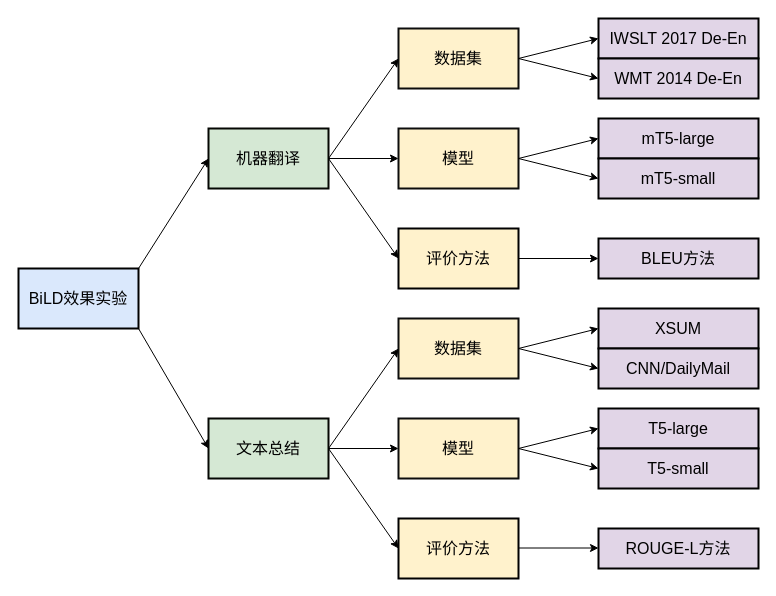
This is 未命名绘图.drawio from Plurato/VRHealing, a draw.io file, before an edit. Source tidied: cells renumbered, new cells numbered last; positions are measured from the earlier drawing's top-left corner, leaving out a move shared by most shapes. Both pictures are drawn from the tidied source at 100%, with x=0, y=0 at pixel (18, 18).
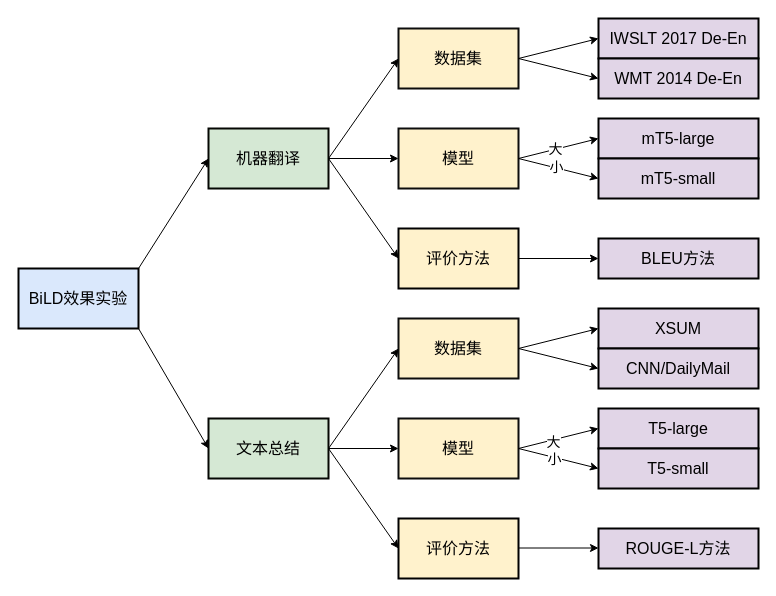
The same diagram, later.

Commit message (it also covers changes not shown here):
更新未命名绘图.drawio

The change refers to these unchanged cells:
```xml
<mxCell id="31" style="endArrow=classic;html=1;rounded=0;exitX=1;exitY=0.5;exitDx=0;exitDy=0;entryX=0;entryY=0.5;entryDx=0;entryDy=0;" parent="1" edge="1" source="6" target="13">
  <mxGeometry relative="1" as="geometry" />
</mxCell>
<mxCell id="32" style="endArrow=classic;html=1;rounded=0;exitX=1;exitY=0.5;exitDx=0;exitDy=0;entryX=0;entryY=0.5;entryDx=0;entryDy=0;" parent="1" edge="1" source="6" target="14">
  <mxGeometry relative="1" as="geometry" />
</mxCell>
<mxCell id="35" style="endArrow=classic;html=1;rounded=0;exitX=1;exitY=0.5;exitDx=0;exitDy=0;entryX=0;entryY=0.5;entryDx=0;entryDy=0;" parent="1" edge="1">
  <mxGeometry relative="1" as="geometry">
    <mxPoint x="500" y="430" as="sourcePoint" />
    <mxPoint x="580" y="410" as="targetPoint" />
  </mxGeometry>
</mxCell>
<mxCell id="36" style="endArrow=classic;html=1;rounded=0;exitX=1;exitY=0.5;exitDx=0;exitDy=0;entryX=0;entryY=0.5;entryDx=0;entryDy=0;" parent="1" edge="1">
  <mxGeometry relative="1" as="geometry">
    <mxPoint x="500" y="430" as="sourcePoint" />
    <mxPoint x="580" y="450" as="targetPoint" />
  </mxGeometry>
</mxCell>
```

The edit, as a diff of the source:
```diff
@@
+    <mxCell id="39" value="&lt;font style=&quot;font-size: 14px;&quot;&gt;大&lt;/font&gt;" style="edgeLabel;html=1;align=center;verticalAlign=middle;" parent="31" vertex="1">
+      <mxGeometry x="-0.08" relative="1" as="geometry" />
+    </mxCell>
@@
+    <mxCell id="40" value="&lt;font style=&quot;font-size: 14px;&quot;&gt;小&lt;/font&gt;" style="edgeLabel;html=1;align=center;verticalAlign=middle;" parent="32" vertex="1">
+      <mxGeometry x="-0.08" y="1" relative="1" as="geometry" />
+    </mxCell>
@@
+    <mxCell id="41" value="&lt;font style=&quot;font-size: 14px;&quot;&gt;大&lt;/font&gt;" style="edgeLabel;html=1;align=center;verticalAlign=middle;" parent="35" vertex="1">
+      <mxGeometry x="-0.14" y="-2" relative="1" as="geometry" />
+    </mxCell>
@@
+    <mxCell id="42" value="&lt;font style=&quot;font-size: 14px;&quot;&gt;小&lt;/font&gt;" style="edgeLabel;html=1;align=center;verticalAlign=middle;" parent="36" vertex="1">
+      <mxGeometry x="-0.11" y="-2" relative="1" as="geometry" />
+    </mxCell>
```
